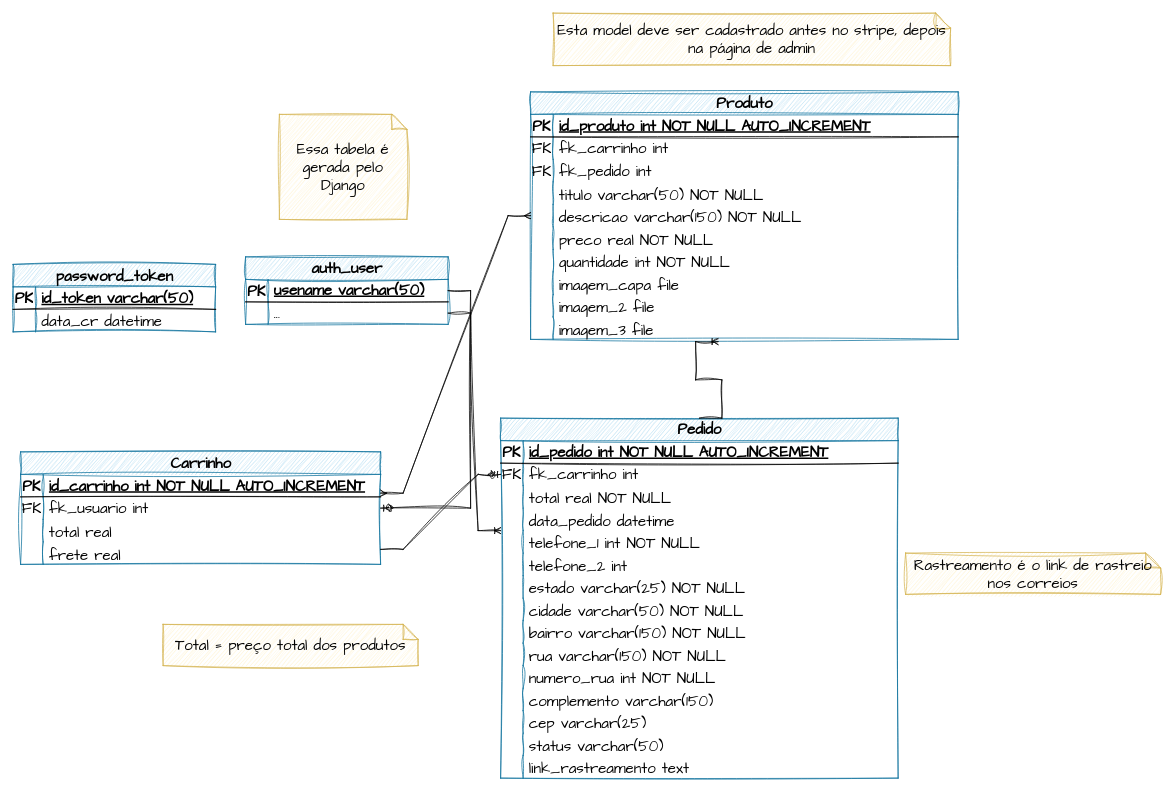
The draw.io diagram docs/DER.drawio in rafaelngoncalves5/classewatches, before the edit. Source tidied: cells renumbered, new cells numbered last; positions are measured from the earlier drawing's top-left corner, leaving out a move shared by most shapes. Both pictures are drawn from the tidied source at 75%, with x=0, y=0 at pixel (13, 13).
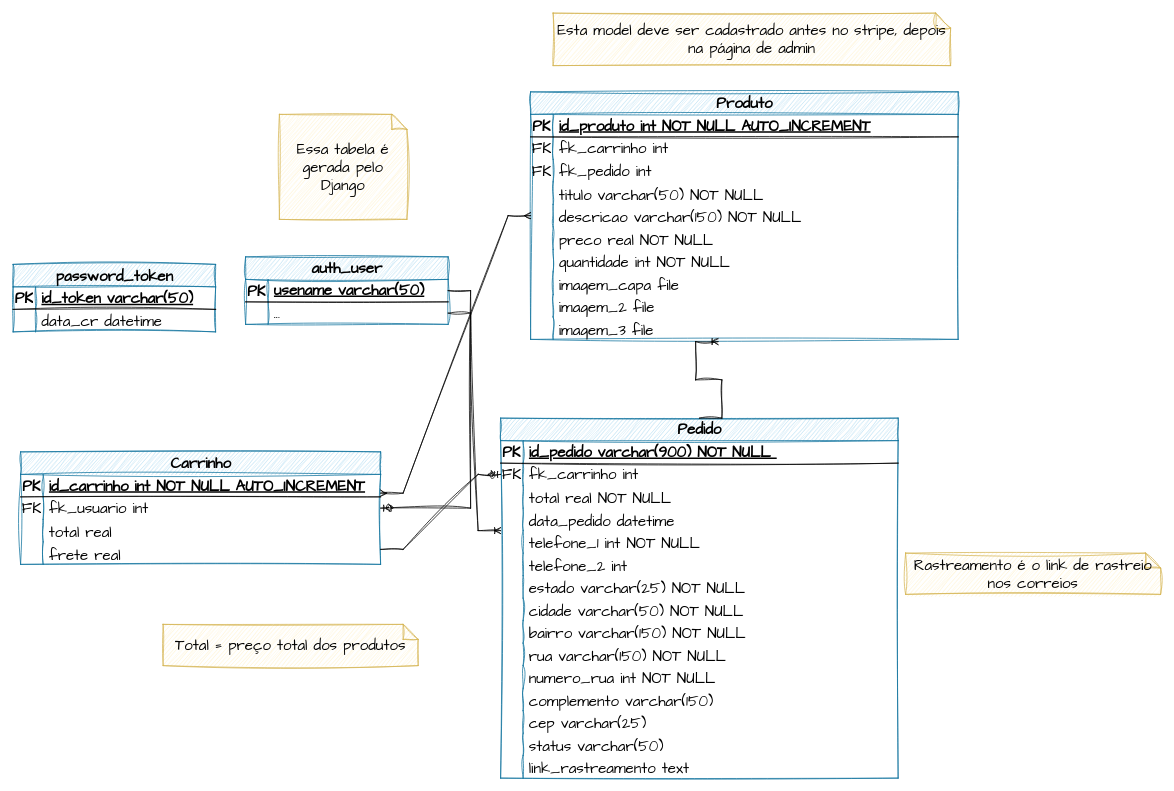
Above is the later version.

Unchanged cells that the change refers to:
```xml
<mxCell id="41" style="shape=tableRow;horizontal=0;startSize=0;swimlaneHead=0;swimlaneBody=0;fillColor=none;top=0;left=0;right=0;bottom=1;sketch=1;hachureGap=4;jiggle=2;curveFitting=1;fontFamily=Architects Daughter;fontSize=20;" parent="40" vertex="1">
  <mxGeometry y="30" width="530" height="30" as="geometry" />
</mxCell>
```

The edit, as a diff of the source:
```diff
@@
-    <mxCell id="43" value="id_pedido int NOT NULL AUTO_INCREMENT" style="shape=partialRectangle;fillColor=none;top=0;left=0;bottom=0;right=0;align=left;spacingLeft=6;fontStyle=5;overflow=hidden;whiteSpace=wrap;html=1;sketch=1;hachureGap=4;jiggle=2;curveFitting=1;fontFamily=Architects Daughter;fontSize=20;" parent="41" vertex="1">
+    <mxCell id="43" value="id_pedido varchar(900) NOT NULL&amp;nbsp;" style="shape=partialRectangle;fillColor=none;top=0;left=0;bottom=0;right=0;align=left;spacingLeft=6;fontStyle=5;overflow=hidden;whiteSpace=wrap;html=1;sketch=1;hachureGap=4;jiggle=2;curveFitting=1;fontFamily=Architects Daughter;fontSize=20;" parent="41" vertex="1">
       <mxGeometry x="30" width="500" height="30" as="geometry" />
     </mxCell>
```
